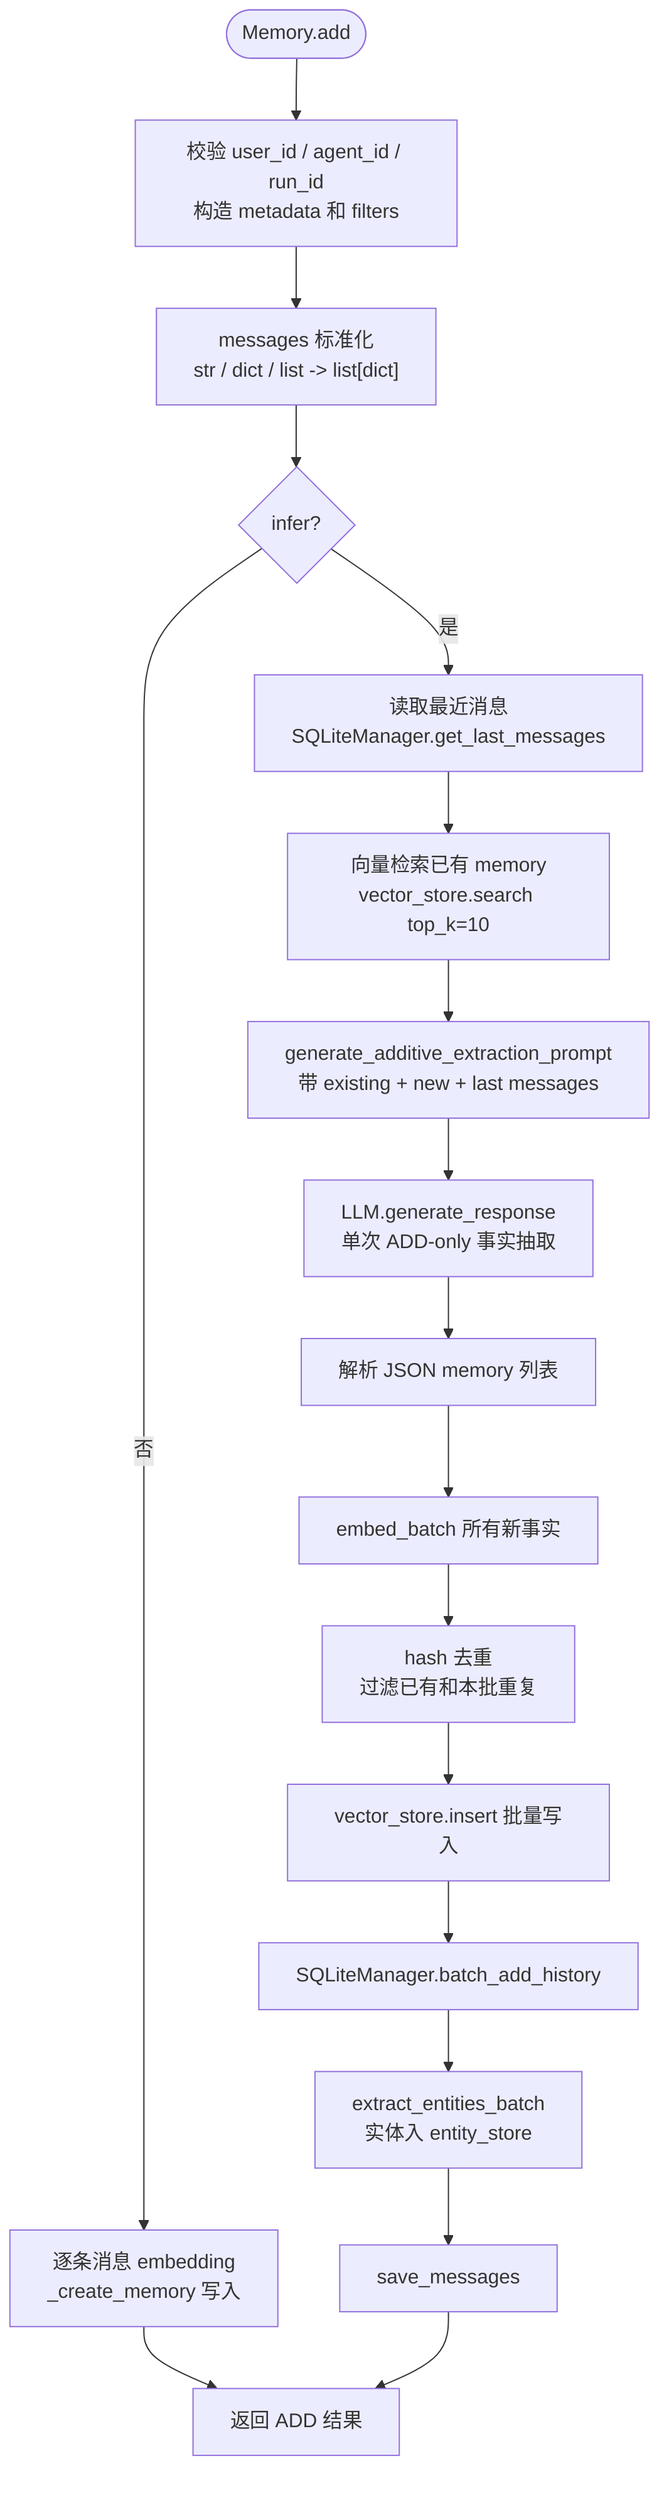
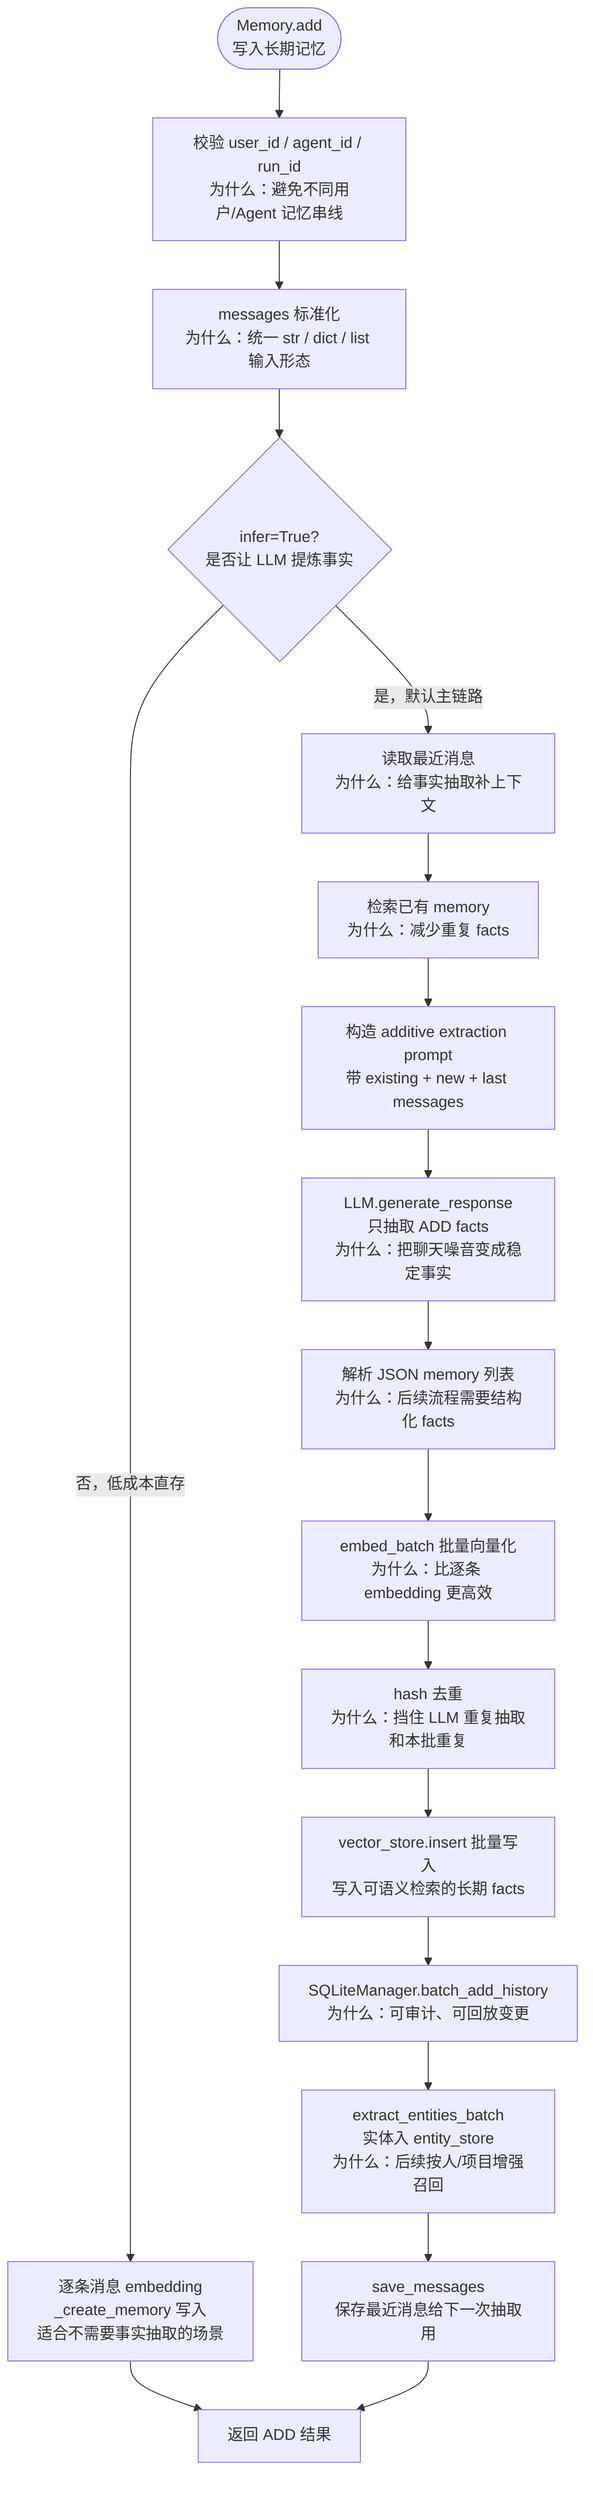
flowchart TD
-     Start([Memory.add]) --> Validate["校验 user_id / agent_id / run_id<br/>构造 metadata 和 filters"]
-     Validate --> Normalize["messages 标准化<br/>str / dict / list -> list[dict]"]
-     Normalize --> Infer{"infer?"}
-     Infer -->|否| Raw["逐条消息 embedding<br/>_create_memory 写入"]
-     Infer -->|是| Context["读取最近消息<br/>SQLiteManager.get_last_messages"]
-     Context --> Existing["向量检索已有 memory<br/>vector_store.search top_k=10"]
-     Existing --> Prompt["generate_additive_extraction_prompt<br/>带 existing + new + last messages"]
-     Prompt --> LLM["LLM.generate_response<br/>单次 ADD-only 事实抽取"]
-     LLM --> Parse["解析 JSON memory 列表"]
-     Parse --> Embed["embed_batch 所有新事实"]
-     Embed --> Dedup["hash 去重<br/>过滤已有和本批重复"]
-     Dedup --> Insert["vector_store.insert 批量写入"]
-     Insert --> History["SQLiteManager.batch_add_history"]
-     History --> Entities["extract_entities_batch<br/>实体入 entity_store"]
+     Start([Memory.add<br/>写入长期记忆]) --> Validate["校验 user_id / agent_id / run_id<br/>为什么：避免不同用户/Agent 记忆串线"]
+     Validate --> Normalize["messages 标准化<br/>为什么：统一 str / dict / list 输入形态"]
+     Normalize --> Infer{"infer=True?<br/>是否让 LLM 提炼事实"}
+     Infer -->|否，低成本直存| Raw["逐条消息 embedding<br/>_create_memory 写入<br/>适合不需要事实抽取的场景"]
+     Infer -->|是，默认主链路| Context["读取最近消息<br/>为什么：给事实抽取补上下文"]
+     Context --> Existing["检索已有 memory<br/>为什么：减少重复 facts"]
+     Existing --> Prompt["构造 additive extraction prompt<br/>带 existing + new + last messages"]
+     Prompt --> LLM["LLM.generate_response<br/>只抽取 ADD facts<br/>为什么：把聊天噪音变成稳定事实"]
+     LLM --> Parse["解析 JSON memory 列表<br/>为什么：后续流程需要结构化 facts"]
+     Parse --> Embed["embed_batch 批量向量化<br/>为什么：比逐条 embedding 更高效"]
+     Embed --> Dedup["hash 去重<br/>为什么：挡住 LLM 重复抽取和本批重复"]
+     Dedup --> Insert["vector_store.insert 批量写入<br/>写入可语义检索的长期 facts"]
+     Insert --> History["SQLiteManager.batch_add_history<br/>为什么：可审计、可回放变更"]
+     History --> Entities["extract_entities_batch<br/>实体入 entity_store<br/>为什么：后续按人/项目增强召回"]
    Raw --> Return["返回 ADD 结果"]
-     Entities --> SaveMessages["save_messages"]
+     Entities --> SaveMessages["save_messages<br/>保存最近消息给下一次抽取用"]
    SaveMessages --> Return
